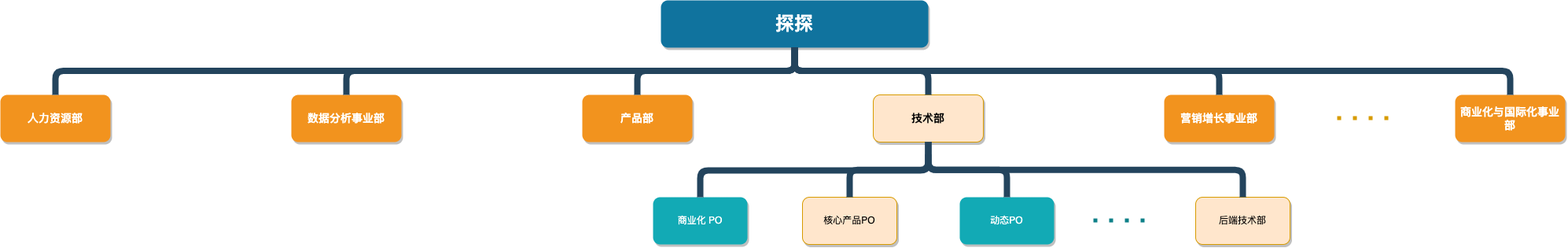
Before: architecture.drawio.png, a diagram exported from draw.io (anriclee/diagramStorage). Source tidied: cells renumbered, new cells last; positions are measured from the earlier drawing's top-left corner, leaving out a move shared by most shapes.
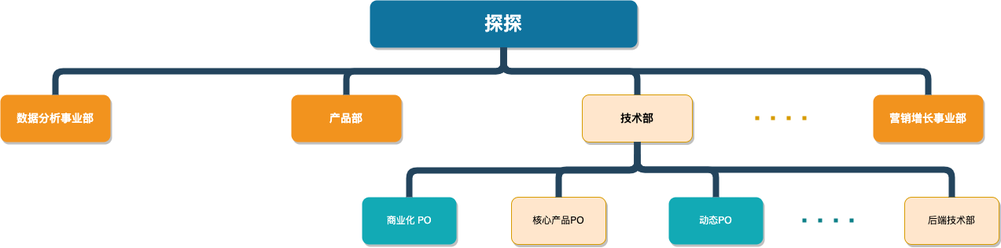
Above is the later version.

What changed in the source:
```diff
@@ -5,15 +5,9 @@
     <mxCell id="2" value="探探" style="whiteSpace=wrap;rounded=1;shadow=1;fillColor=#10739E;strokeColor=none;fontColor=#FFFFFF;fontStyle=1;fontSize=24;" parent="1" vertex="1">
       <mxGeometry x="840" width="340" height="60" as="geometry" />
     </mxCell>
-    <mxCell id="3" value="人力资源部" style="whiteSpace=wrap;rounded=1;fillColor=#F2931E;strokeColor=none;shadow=1;fontColor=#FFFFFF;fontStyle=1;fontSize=14;" parent="1" vertex="1">
-      <mxGeometry y="120" width="140" height="60" as="geometry" />
-    </mxCell>
     <mxCell id="4" value="数据分析事业部" style="whiteSpace=wrap;rounded=1;fillColor=#F2931E;strokeColor=none;shadow=1;fontColor=#FFFFFF;fontStyle=1;fontSize=14;" parent="1" vertex="1">
       <mxGeometry x="370" y="120" width="140" height="60" as="geometry" />
     </mxCell>
-    <mxCell id="5" value="商业化与国际化事业部" style="whiteSpace=wrap;rounded=1;fillColor=#F2931E;strokeColor=none;shadow=1;fontColor=#FFFFFF;fontStyle=1;fontSize=14;" parent="1" vertex="1">
-      <mxGeometry x="1850" y="120" width="140" height="60" as="geometry" />
-    </mxCell>
     <mxCell id="6" value="产品部" style="whiteSpace=wrap;rounded=1;fillColor=#F2931E;strokeColor=none;shadow=1;fontColor=#FFFFFF;fontStyle=1;fontSize=14;" parent="1" vertex="1">
       <mxGeometry x="740" y="120" width="140" height="60" as="geometry" />
     </mxCell>
@@ -35,9 +29,6 @@
     <mxCell id="12" style="edgeStyle=elbowEdgeStyle;elbow=vertical;rounded=1;fontColor=#000000;endArrow=none;endFill=0;strokeWidth=8;strokeColor=#23445D;" parent="1" edge="1" source="7" target="10">
       <mxGeometry relative="1" as="geometry" />
     </mxCell>
-    <mxCell id="13" style="edgeStyle=elbowEdgeStyle;elbow=vertical;rounded=1;fontColor=#000000;endArrow=none;endFill=0;strokeWidth=8;strokeColor=#23445D;" parent="1" edge="1" source="2" target="3">
-      <mxGeometry relative="1" as="geometry" />
-    </mxCell>
     <mxCell id="14" style="edgeStyle=elbowEdgeStyle;elbow=vertical;rounded=1;fontColor=#000000;endArrow=none;endFill=0;strokeWidth=8;strokeColor=#23445D;" parent="1" edge="1" source="2" target="4">
       <mxGeometry relative="1" as="geometry" />
     </mxCell>
@@ -50,9 +41,6 @@
     <mxCell id="17" style="edgeStyle=elbowEdgeStyle;elbow=vertical;rounded=1;fontColor=#000000;endArrow=none;endFill=0;strokeWidth=8;strokeColor=#23445D;" parent="1" edge="1" source="2" target="8">
       <mxGeometry relative="1" as="geometry" />
     </mxCell>
-    <mxCell id="18" style="edgeStyle=elbowEdgeStyle;elbow=vertical;rounded=1;fontColor=#000000;endArrow=none;endFill=0;strokeWidth=8;strokeColor=#23445D;" parent="1" edge="1" source="2" target="5">
-      <mxGeometry relative="1" as="geometry" />
-    </mxCell>
     <mxCell id="19" value="后端技术部" style="whiteSpace=wrap;rounded=1;fillColor=#ffe6cc;strokeColor=#d79b00;shadow=1;" parent="1" vertex="1">
       <mxGeometry x="1520" y="250" width="120" height="60" as="geometry" />
     </mxCell>
@@ -69,8 +57,8 @@
     </mxCell>
     <mxCell id="22" style="endArrow=none;dashed=1;html=1;dashPattern=1 3;strokeWidth=5;rounded=1;fillColor=#ffcd28;gradientColor=#ffa500;strokeColor=#d79b00;" parent="1" edge="1">
       <mxGeometry relative="1" as="geometry">
-        <mxPoint x="1700" y="149.5" as="sourcePoint" />
-        <mxPoint x="1780" y="149.5" as="targetPoint" />
+        <mxPoint x="1330" y="149.5" as="sourcePoint" />
+        <mxPoint x="1410" y="149.5" as="targetPoint" />
       </mxGeometry>
     </mxCell>
     <mxCell id="23" style="edgeStyle=elbowEdgeStyle;elbow=vertical;rounded=1;fontColor=#000000;endArrow=none;endFill=0;strokeWidth=8;strokeColor=#23445D;" parent="1" edge="1" target="19">
```
